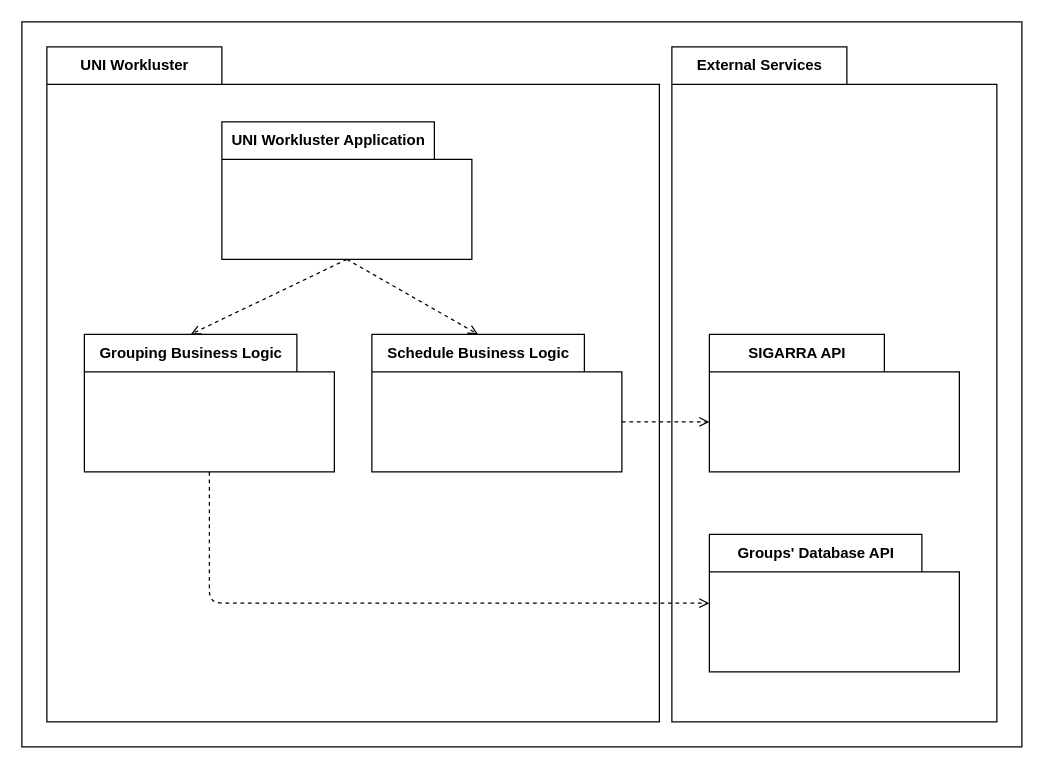
The draw.io diagram images/LogicalArchitecture.drawio in tomasnr13/FEUP-ESOF, before the edit. Source tidied: cells renumbered, new cells numbered last; positions are measured from the earlier drawing's top-left corner, leaving out a move shared by most shapes. Both pictures are drawn from the tidied source at 125%, with x=0, y=0 at pixel (21, 21).
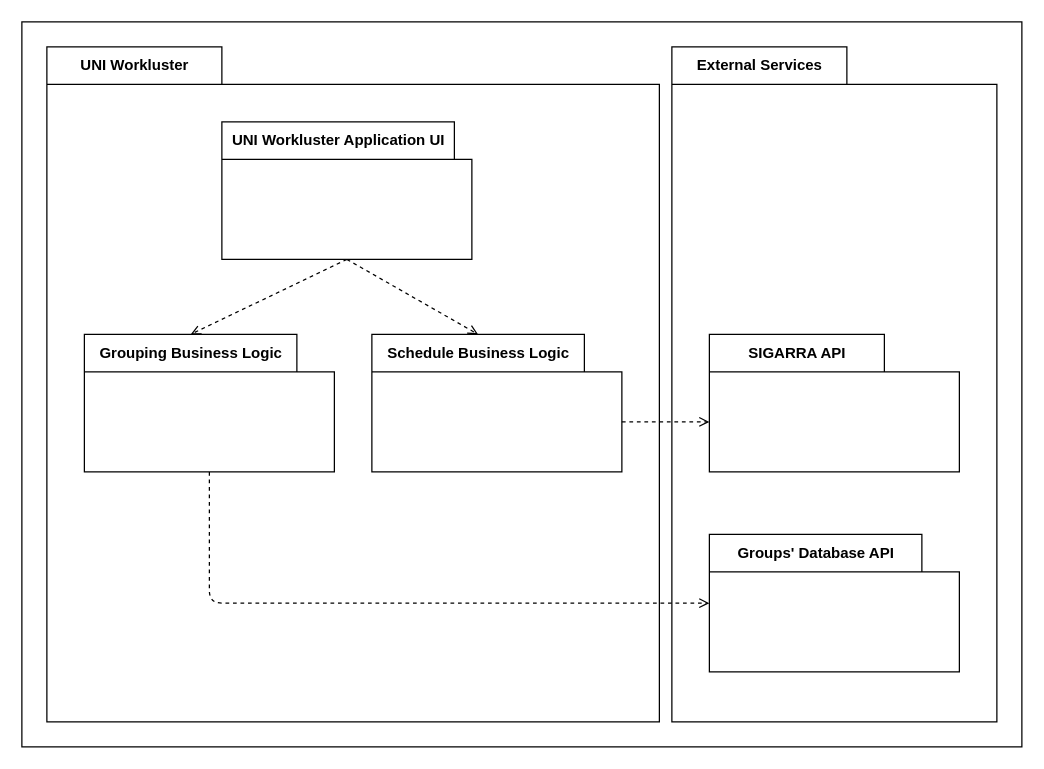
The same diagram, later.

Commit message (it also covers changes not shown here):
Corrected Logical Architecture Diagram

The edit, as a diff of the source:
```diff
@@
 <mxGraphModel>
   <root>
     <mxCell id="0" />
     <mxCell id="1" parent="0" />
     <mxCell id="2" style="rounded=0;whiteSpace=wrap;html=1;" parent="1" vertex="1">
       <mxGeometry width="800" height="580" as="geometry" />
     </mxCell>
     <mxCell id="3" style="group;" parent="1" vertex="1">
       <mxGeometry x="20" y="20" width="760" height="540" as="geometry" />
     </mxCell>
     <mxCell id="4" value="External Services" style="shape=folder;fontStyle=1;tabWidth=140;tabHeight=30;tabPosition=left;html=1;boundedLbl=1;labelInHeader=1;" parent="3" vertex="1">
       <mxGeometry x="500" width="260" height="540" as="geometry" />
     </mxCell>
     <mxCell id="5" value="SIGARRA API" style="shape=folder;fontStyle=1;tabWidth=140;tabHeight=30;tabPosition=left;html=1;boundedLbl=1;labelInHeader=1;" parent="4" vertex="1">
       <mxGeometry x="30" y="230" width="200" height="110" as="geometry" />
     </mxCell>
     <mxCell id="6" value="Groups' Database API" style="shape=folder;fontStyle=1;tabWidth=170;tabHeight=30;tabPosition=left;html=1;boundedLbl=1;labelInHeader=1;" parent="4" vertex="1">
       <mxGeometry x="30" y="390" width="200" height="110" as="geometry" />
     </mxCell>
     <mxCell id="7" value="UNI Workluster" style="shape=folder;fontStyle=1;tabWidth=140;tabHeight=30;tabPosition=left;html=1;boundedLbl=1;labelInHeader=1;" parent="3" vertex="1">
       <mxGeometry width="490" height="540" as="geometry" />
     </mxCell>
     <mxCell id="8" value="Grouping Business Logic" style="shape=folder;fontStyle=1;tabWidth=170;tabHeight=30;tabPosition=left;html=1;boundedLbl=1;labelInHeader=1;" parent="7" vertex="1">
       <mxGeometry x="30" y="230" width="200" height="110" as="geometry" />
     </mxCell>
     <mxCell id="9" style="edgeStyle=none;html=1;dashed=1;endArrow=open;endFill=0;entryX=0;entryY=0;entryDx=85;entryDy=0;entryPerimeter=0;exitX=0.5;exitY=1;exitDx=0;exitDy=0;exitPerimeter=0;" parent="7" edge="1" source="11" target="8">
       <mxGeometry relative="1" as="geometry" />
     </mxCell>
     <mxCell id="10" style="edgeStyle=none;html=1;exitX=0.5;exitY=1;exitDx=0;exitDy=0;exitPerimeter=0;entryX=0;entryY=0;entryDx=85;entryDy=0;entryPerimeter=0;dashed=1;endArrow=open;endFill=0;" parent="7" edge="1" source="11" target="12">
       <mxGeometry relative="1" as="geometry" />
     </mxCell>
-    <mxCell id="11" value="UNI Workluster Application" style="shape=folder;fontStyle=1;tabWidth=170;tabHeight=30;tabPosition=left;html=1;boundedLbl=1;labelInHeader=1;" parent="7" vertex="1">
+    <mxCell id="11" value="UNI Workluster Application UI" style="shape=folder;fontStyle=1;tabWidth=186;tabHeight=30;tabPosition=left;html=1;boundedLbl=1;labelInHeader=1;" parent="7" vertex="1">
       <mxGeometry x="140" y="60" width="200" height="110" as="geometry" />
     </mxCell>
     <mxCell id="12" value="Schedule Business Logic" style="shape=folder;fontStyle=1;tabWidth=170;tabHeight=30;tabPosition=left;html=1;boundedLbl=1;labelInHeader=1;" parent="7" vertex="1">
       <mxGeometry x="260" y="230" width="200" height="110" as="geometry" />
     </mxCell>
     <mxCell id="13" style="edgeStyle=none;html=1;exitX=0;exitY=0;exitDx=200;exitDy=70;exitPerimeter=0;entryX=0;entryY=0;entryDx=0;entryDy=70;entryPerimeter=0;dashed=1;endArrow=open;endFill=0;startArrow=none;" parent="3" edge="1" source="12" target="5">
       <mxGeometry relative="1" as="geometry" />
     </mxCell>
     <mxCell id="14" style="edgeStyle=none;html=1;exitX=0.5;exitY=1;exitDx=0;exitDy=0;exitPerimeter=0;dashed=1;endArrow=open;endFill=0;" parent="3" edge="1" source="8" target="6">
       <mxGeometry relative="1" as="geometry">
         <Array as="points">
           <mxPoint x="130" y="445" />
         </Array>
       </mxGeometry>
     </mxCell>
   </root>
 </mxGraphModel>
```
